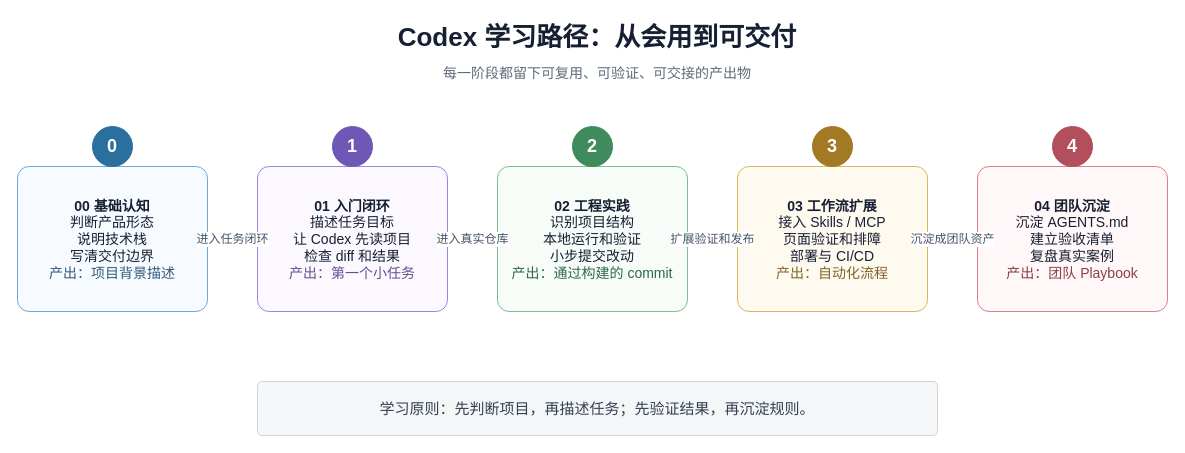
Earlier version of the draw.io diagram docs/public/learning-path.drawio (luochen211/codex-enterprise-guide). Source tidied: cells renumbered, new cells numbered last; positions are measured from the earlier drawing's top-left corner, leaving out a move shared by most shapes. Both pictures are drawn from the tidied source at 100%, with x=0, y=0 at pixel (17, 17).
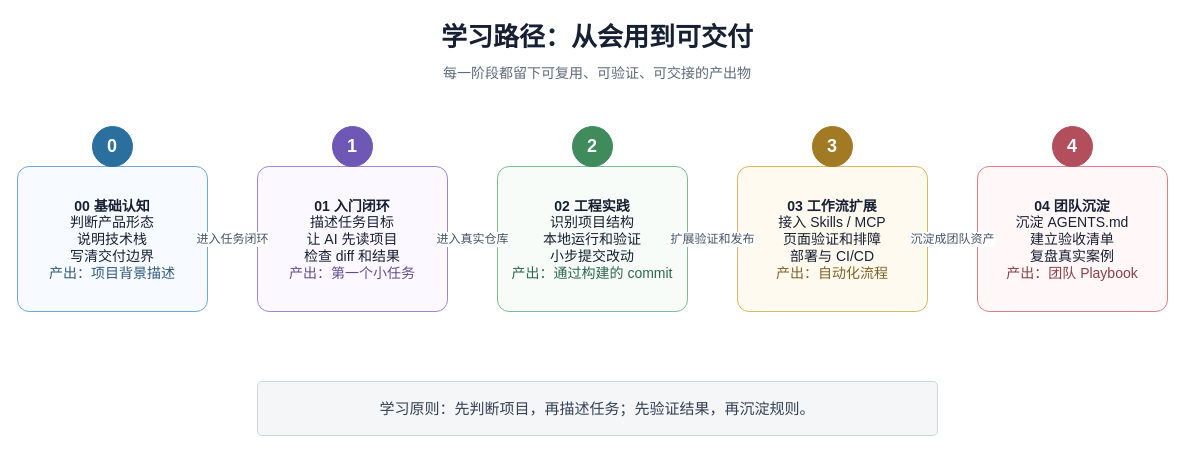
The same diagram, later.

What changed in the source:
```diff
@@
 <mxGraphModel background="#ffffff">
   <root>
     <mxCell id="0" />
     <mxCell id="1" parent="0" />
-    <mxCell id="2" value="Codex 学习路径：从会用到可交付" style="text;html=1;strokeColor=none;fillColor=none;align=center;verticalAlign=middle;whiteSpace=wrap;rounded=0;fontSize=26;fontStyle=1;fontColor=#172033;" parent="1" vertex="1">
+    <mxCell id="2" value="学习路径：从会用到可交付" style="text;html=1;strokeColor=none;fillColor=none;align=center;verticalAlign=middle;whiteSpace=wrap;rounded=0;fontSize=26;fontStyle=1;fontColor=#172033;" parent="1" vertex="1">
       <mxGeometry x="260" width="640" height="40" as="geometry" />
     </mxCell>
     <mxCell id="3" value="每一阶段都留下可复用、可验证、可交接的产出物" style="text;html=1;strokeColor=none;fillColor=none;align=center;verticalAlign=middle;whiteSpace=wrap;rounded=0;fontSize=14;fontColor=#5f6b7a;" parent="1" vertex="1">
       <mxGeometry x="330" y="42" width="500" height="28" as="geometry" />
     </mxCell>
     <mxCell id="4" value="&lt;b&gt;00 基础认知&lt;/b&gt;&lt;br/&gt;判断产品形态&lt;br/&gt;说明技术栈&lt;br/&gt;写清交付边界&lt;br/&gt;&lt;font color=&quot;#315a7d&quot;&gt;产出：项目背景描述&lt;/font&gt;" style="rounded=1;whiteSpace=wrap;html=1;arcSize=8;fillColor=#f7fbff;strokeColor=#6ea8d8;fontSize=14;fontColor=#172033;spacing=12;" parent="1" vertex="1">
       <mxGeometry y="149" width="190" height="145" as="geometry" />
     </mxCell>
-    <mxCell id="5" value="&lt;b&gt;01 入门闭环&lt;/b&gt;&lt;br/&gt;描述任务目标&lt;br/&gt;让 Codex 先读项目&lt;br/&gt;检查 diff 和结果&lt;br/&gt;&lt;font color=&quot;#5f4f8f&quot;&gt;产出：第一个小任务&lt;/font&gt;" style="rounded=1;whiteSpace=wrap;html=1;arcSize=8;fillColor=#fbf9ff;strokeColor=#9b87d9;fontSize=14;fontColor=#172033;spacing=12;" parent="1" vertex="1">
+    <mxCell id="5" value="&lt;b&gt;01 入门闭环&lt;/b&gt;&lt;br/&gt;描述任务目标&lt;br/&gt;让 AI 先读项目&lt;br/&gt;检查 diff 和结果&lt;br/&gt;&lt;font color=&quot;#5f4f8f&quot;&gt;产出：第一个小任务&lt;/font&gt;" style="rounded=1;whiteSpace=wrap;html=1;arcSize=8;fillColor=#fbf9ff;strokeColor=#9b87d9;fontSize=14;fontColor=#172033;spacing=12;" parent="1" vertex="1">
       <mxGeometry x="240" y="149" width="190" height="145" as="geometry" />
     </mxCell>
     <mxCell id="6" value="&lt;b&gt;02 工程实践&lt;/b&gt;&lt;br/&gt;识别项目结构&lt;br/&gt;本地运行和验证&lt;br/&gt;小步提交改动&lt;br/&gt;&lt;font color=&quot;#2f684f&quot;&gt;产出：通过构建的 commit&lt;/font&gt;" style="rounded=1;whiteSpace=wrap;html=1;arcSize=8;fillColor=#f7fcf8;strokeColor=#7abd92;fontSize=14;fontColor=#172033;spacing=12;" parent="1" vertex="1">
       <mxGeometry x="480" y="149" width="190" height="145" as="geometry" />
     </mxCell>
     <mxCell id="7" value="&lt;b&gt;03 工作流扩展&lt;/b&gt;&lt;br/&gt;接入 Skills / MCP&lt;br/&gt;页面验证和排障&lt;br/&gt;部署与 CI/CD&lt;br/&gt;&lt;font color=&quot;#806329&quot;&gt;产出：自动化流程&lt;/font&gt;" style="rounded=1;whiteSpace=wrap;html=1;arcSize=8;fillColor=#fffaf0;strokeColor=#d9b75f;fontSize=14;fontColor=#172033;spacing=12;" parent="1" vertex="1">
       <mxGeometry x="720" y="149" width="190" height="145" as="geometry" />
     </mxCell>
     <mxCell id="8" value="&lt;b&gt;04 团队沉淀&lt;/b&gt;&lt;br/&gt;沉淀 AGENTS.md&lt;br/&gt;建立验收清单&lt;br/&gt;复盘真实案例&lt;br/&gt;&lt;font color=&quot;#8a3f47&quot;&gt;产出：团队 Playbook&lt;/font&gt;" style="rounded=1;whiteSpace=wrap;html=1;arcSize=8;fillColor=#fff7f8;strokeColor=#d9808b;fontSize=14;fontColor=#172033;spacing=12;" parent="1" vertex="1">
       <mxGeometry x="960" y="149" width="190" height="145" as="geometry" />
     </mxCell>
     <mxCell id="9" value="0" style="ellipse;whiteSpace=wrap;html=1;fillColor=#2b6f9f;strokeColor=#2b6f9f;fontColor=#ffffff;fontSize=18;fontStyle=1;" parent="1" vertex="1">
       <mxGeometry x="75" y="109" width="40" height="40" as="geometry" />
     </mxCell>
     <mxCell id="10" value="1" style="ellipse;whiteSpace=wrap;html=1;fillColor=#6f58b5;strokeColor=#6f58b5;fontColor=#ffffff;fontSize=18;fontStyle=1;" parent="1" vertex="1">
       <mxGeometry x="315" y="109" width="40" height="40" as="geometry" />
     </mxCell>
     <mxCell id="11" value="2" style="ellipse;whiteSpace=wrap;html=1;fillColor=#3f8b5c;strokeColor=#3f8b5c;fontColor=#ffffff;fontSize=18;fontStyle=1;" parent="1" vertex="1">
       <mxGeometry x="555" y="109" width="40" height="40" as="geometry" />
     </mxCell>
     <mxCell id="12" value="3" style="ellipse;whiteSpace=wrap;html=1;fillColor=#a27a24;strokeColor=#a27a24;fontColor=#ffffff;fontSize=18;fontStyle=1;" parent="1" vertex="1">
       <mxGeometry x="795" y="109" width="40" height="40" as="geometry" />
     </mxCell>
     <mxCell id="13" value="4" style="ellipse;whiteSpace=wrap;html=1;fillColor=#b34f5d;strokeColor=#b34f5d;fontColor=#ffffff;fontSize=18;fontStyle=1;" parent="1" vertex="1">
       <mxGeometry x="1035" y="109" width="40" height="40" as="geometry" />
     </mxCell>
     <mxCell id="14" value="进入任务闭环" style="edgeStyle=orthogonalEdgeStyle;rounded=0;jettySize=auto;html=1;strokeColor=#667085;endArrow=block;endFill=1;fontSize=12;fontColor=#475467;" parent="1" edge="1" source="4" target="5">
       <mxGeometry relative="1" as="geometry" />
     </mxCell>
     <mxCell id="15" value="进入真实仓库" style="edgeStyle=orthogonalEdgeStyle;rounded=0;jettySize=auto;html=1;strokeColor=#667085;endArrow=block;endFill=1;fontSize=12;fontColor=#475467;" parent="1" edge="1" source="5" target="6">
       <mxGeometry relative="1" as="geometry" />
     </mxCell>
     <mxCell id="16" value="扩展验证和发布" style="edgeStyle=orthogonalEdgeStyle;rounded=0;jettySize=auto;html=1;strokeColor=#667085;endArrow=block;endFill=1;fontSize=12;fontColor=#475467;" parent="1" edge="1" source="6" target="7">
       <mxGeometry relative="1" as="geometry" />
     </mxCell>
     <mxCell id="17" value="沉淀成团队资产" style="edgeStyle=orthogonalEdgeStyle;rounded=0;jettySize=auto;html=1;strokeColor=#667085;endArrow=block;endFill=1;fontSize=12;fontColor=#475467;" parent="1" edge="1" source="7" target="8">
       <mxGeometry relative="1" as="geometry" />
     </mxCell>
     <mxCell id="18" value="学习原则：先判断项目，再描述任务；先验证结果，再沉淀规则。" style="rounded=1;whiteSpace=wrap;html=1;arcSize=8;fillColor=#f4f6f8;strokeColor=#d0d5dd;fontSize=15;fontColor=#344054;spacing=10;" parent="1" vertex="1">
       <mxGeometry x="240" y="364" width="680" height="54" as="geometry" />
     </mxCell>
   </root>
 </mxGraphModel>
```
